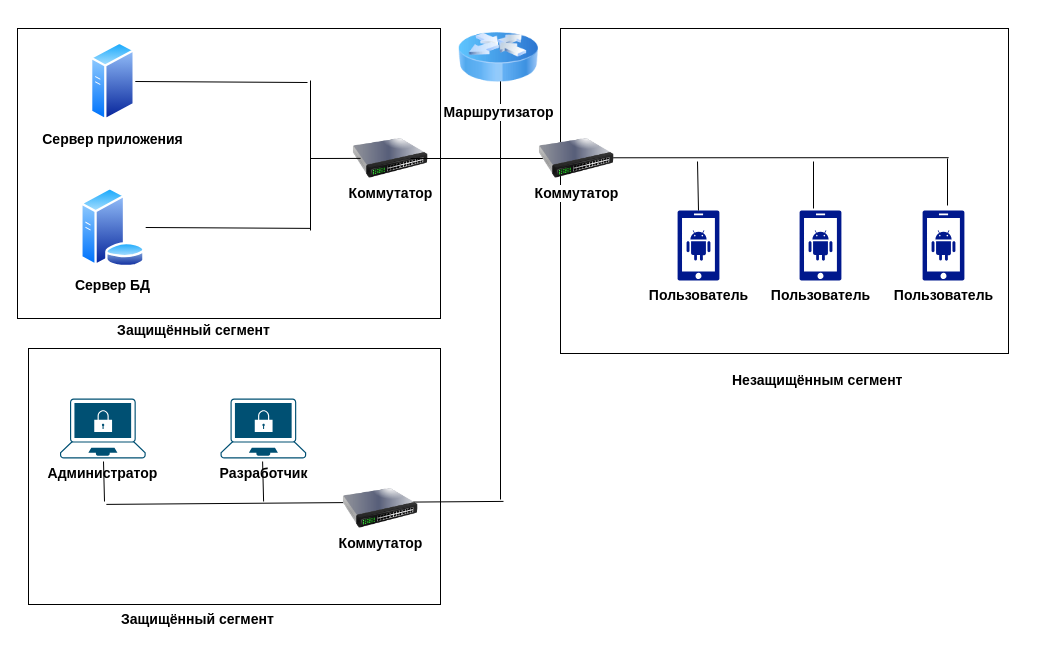
Above: Схема расположения компонентов ИС.drawio in oussamanech/Git01 (draw.io), before the change. Source tidied: cells renumbered, new cells numbered last; positions are measured from the earlier drawing's top-left corner, leaving out a move shared by most shapes. Both pictures are drawn from the tidied source at 100%, with x=0, y=0 at pixel (17, 17).
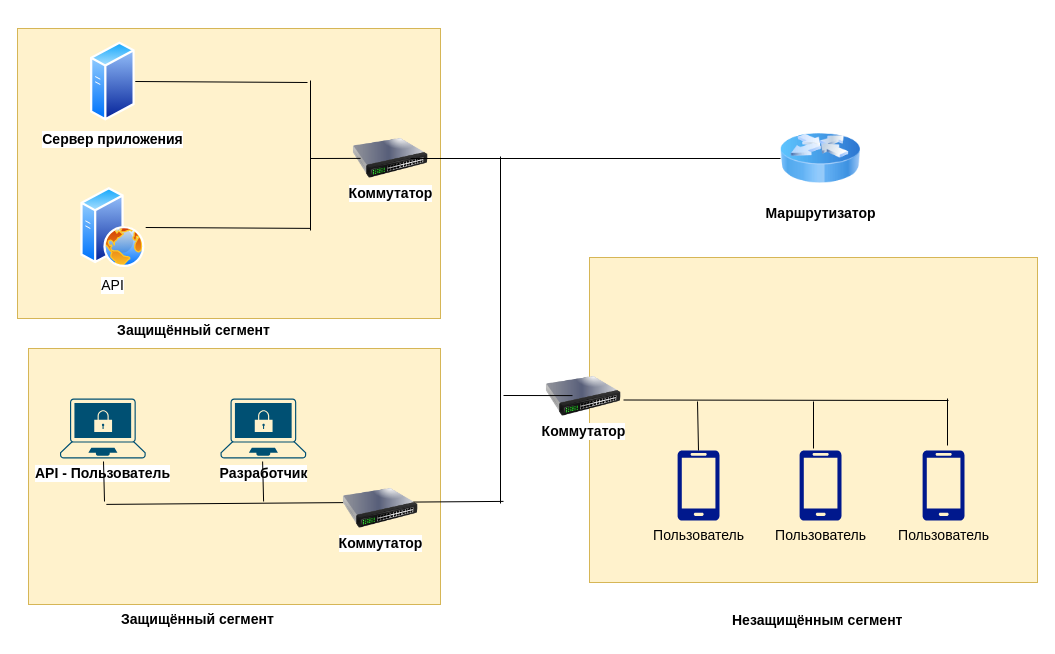
The same page after the edit.

The change refers to these unchanged cells:
```xml
<mxCell id="6" value="Коммутатор" style="image;html=1;image=img/lib/clip_art/networking/Switch_128x128.png;fillColor=#B2C9AB;strokeColor=#788AA3;fontColor=#000000;fontSize=14;labelBackgroundColor=default;fontStyle=1;" parent="1" vertex="1">
  <mxGeometry x="333" y="121" width="80" height="40" as="geometry" />
</mxCell>
```

Change to the diagram source:
```diff
@@
-    <mxCell id="2" style="rounded=0;whiteSpace=wrap;html=1;sketch=0;fontSize=14;labelBackgroundColor=default;fontStyle=1;" parent="1" vertex="1">
-      <mxGeometry x="543" y="11" width="448" height="325" as="geometry" />
+    <mxCell id="2" style="rounded=0;whiteSpace=wrap;html=1;sketch=0;fontSize=14;labelBackgroundColor=default;fontStyle=1;fillColor=#fff2cc;strokeColor=#d6b656;" parent="1" vertex="1">
+      <mxGeometry x="572" y="240" width="448" height="325" as="geometry" />
     </mxCell>
-    <mxCell id="3" style="rounded=0;whiteSpace=wrap;html=1;sketch=0;fontSize=14;labelBackgroundColor=default;fontStyle=1;" parent="1" vertex="1">
+    <mxCell id="3" style="rounded=0;whiteSpace=wrap;html=1;sketch=0;fontSize=14;labelBackgroundColor=default;fontStyle=1;fillColor=#fff2cc;strokeColor=#d6b656;" parent="1" vertex="1">
       <mxGeometry y="11" width="423" height="290" as="geometry" />
     </mxCell>
@@
-    <mxCell id="5" value="Сервер БД" style="perimeter=ellipsePerimeter;html=1;align=center;shadow=0;dashed=0;spacingTop=3;image;image=img/lib/active_directory/database_server.svg;fillColor=#B2C9AB;strokeColor=#788AA3;fontColor=#000000;fontSize=14;labelBackgroundColor=default;fontStyle=1;" parent="1" vertex="1">
+    <mxCell id="5" value="API" style="perimeter=ellipsePerimeter;html=1;align=center;shadow=0;dashed=0;spacingTop=3;image;image=img/lib/active_directory/web_server.svg;fontFamily=Helvetica;fontSize=14;fontColor=#000000;strokeColor=#788AA3;fillColor=#B2C9AB;" parent="1" vertex="1">
       <mxGeometry x="62.6" y="170" width="65.6" height="80" as="geometry" />
     </mxCell>
@@
-    <mxCell id="7" value="&lt;span style=&quot;font-size: 14px;&quot;&gt;&lt;font style=&quot;font-size: 14px;&quot;&gt;Пользователь&lt;/font&gt;&lt;/span&gt;" style="sketch=0;shadow=0;dashed=0;html=1;strokeColor=none;labelPosition=center;verticalLabelPosition=bottom;verticalAlign=top;align=center;fillColor=#00188D;shape=mxgraph.mscae.enterprise.android_phone;rounded=0;fontColor=#000000;fontSize=14;labelBackgroundColor=default;fontStyle=1;" parent="1" vertex="1">
-      <mxGeometry x="660" y="193" width="42" height="70" as="geometry" />
+    <mxCell id="7" value="&lt;span style=&quot;font-size: 14px;&quot;&gt;&lt;font style=&quot;font-size: 14px;&quot;&gt;Пользователь&lt;/font&gt;&lt;/span&gt;" style="verticalLabelPosition=bottom;html=1;verticalAlign=top;align=center;strokeColor=none;fillColor=#00188D;shape=mxgraph.azure.mobile;shadow=0;dashed=0;fontFamily=Helvetica;fontSize=14;fontColor=#000000;strokeWidth=1;gradientColor=none;sketch=0;" parent="1" vertex="1">
+      <mxGeometry x="660" y="433" width="42" height="70" as="geometry" />
     </mxCell>
-    <mxCell id="8" value="&lt;span style=&quot;font-size: 14px;&quot;&gt;&lt;font style=&quot;font-size: 14px;&quot;&gt;Пользователь&lt;/font&gt;&lt;/span&gt;" style="sketch=0;shadow=0;dashed=0;html=1;strokeColor=none;labelPosition=center;verticalLabelPosition=bottom;verticalAlign=top;align=center;fillColor=#00188D;shape=mxgraph.mscae.enterprise.android_phone;rounded=0;fontColor=#000000;fontSize=14;labelBackgroundColor=default;fontStyle=1;" parent="1" vertex="1">
-      <mxGeometry x="782" y="193" width="42" height="70" as="geometry" />
+    <mxCell id="8" value="&lt;span style=&quot;font-size: 14px;&quot;&gt;&lt;font style=&quot;font-size: 14px;&quot;&gt;Пользователь&lt;/font&gt;&lt;/span&gt;" style="verticalLabelPosition=bottom;html=1;verticalAlign=top;align=center;strokeColor=none;fillColor=#00188D;shape=mxgraph.azure.mobile;shadow=0;dashed=0;fontFamily=Helvetica;fontSize=14;fontColor=#000000;strokeWidth=2;sketch=0;" parent="1" vertex="1">
+      <mxGeometry x="782" y="433" width="42" height="70" as="geometry" />
     </mxCell>
-    <mxCell id="9" value="Пользователь" style="sketch=0;shadow=0;dashed=0;html=1;strokeColor=none;labelPosition=center;verticalLabelPosition=bottom;verticalAlign=top;align=center;fillColor=#00188D;shape=mxgraph.mscae.enterprise.android_phone;rounded=0;fontColor=#000000;fontSize=14;labelBackgroundColor=default;fontStyle=1;" parent="1" vertex="1">
-      <mxGeometry x="905" y="193" width="42" height="70" as="geometry" />
+    <mxCell id="9" value="Пользователь" style="verticalLabelPosition=bottom;html=1;verticalAlign=top;align=center;strokeColor=none;fillColor=#00188D;shape=mxgraph.azure.mobile;shadow=0;dashed=0;fontFamily=Helvetica;fontSize=14;fontColor=#000000;strokeWidth=2;sketch=0;" parent="1" vertex="1">
+      <mxGeometry x="905" y="433" width="42" height="70" as="geometry" />
     </mxCell>
-    <mxCell id="10" style="rounded=0;whiteSpace=wrap;html=1;sketch=0;fontSize=14;labelBackgroundColor=default;fontStyle=1;" parent="1" vertex="1">
+    <mxCell id="10" style="rounded=0;whiteSpace=wrap;html=1;sketch=0;fontSize=14;labelBackgroundColor=default;fontStyle=1;fillColor=#fff2cc;strokeColor=#d6b656;" parent="1" vertex="1">
       <mxGeometry x="11" y="331" width="412" height="256" as="geometry" />
     </mxCell>
@@
-    <mxCell id="16" style="endArrow=none;html=1;rounded=1;sketch=0;fontColor=#000000;strokeColor=#000000;fillColor=#B2C9AB;exitX=0.75;exitY=0.5;exitDx=0;exitDy=0;exitPerimeter=0;strokeWidth=1;fontSize=14;labelBackgroundColor=default;fontStyle=1;" parent="1" edge="1" source="6">
-      <mxGeometry relative="1" as="geometry">
-        <mxPoint x="563" y="141" as="targetPoint" />
-      </mxGeometry>
+    <mxCell id="16" style="endArrow=none;html=1;rounded=1;sketch=0;fontColor=#000000;strokeColor=#000000;fillColor=#B2C9AB;exitX=0.75;exitY=0.5;exitDx=0;exitDy=0;exitPerimeter=0;strokeWidth=1;fontSize=14;labelBackgroundColor=default;fontStyle=1;entryX=0;entryY=0.5;entryDx=0;entryDy=0;" parent="1" edge="1" source="6" target="28">
+      <mxGeometry relative="1" as="geometry" />
     </mxCell>
-    <mxCell id="17" style="endArrow=none;html=1;rounded=1;sketch=0;fontColor=#000000;strokeColor=#000000;fillColor=#B2C9AB;strokeWidth=1;fontSize=14;labelBackgroundColor=default;fontStyle=1;" parent="1" edge="1">
-      <mxGeometry relative="1" as="geometry">
-        <mxPoint x="483" y="482" as="sourcePoint" />
-        <mxPoint x="483" y="31" as="targetPoint" />
-      </mxGeometry>
-    </mxCell>
@@
-    <mxCell id="20" value="Администратор" style="verticalLabelPosition=bottom;sketch=0;html=1;verticalAlign=top;align=center;shape=mxgraph.cisco19.secure_endpoints;fillColor=#005073;strokeColor=none;rounded=0;fontColor=#000000;fontSize=14;labelBackgroundColor=default;fontStyle=1;" parent="1" vertex="1">
+    <mxCell id="20" value="API - Пользователь" style="verticalLabelPosition=bottom;sketch=0;html=1;verticalAlign=top;align=center;shape=mxgraph.cisco19.secure_endpoints;fillColor=#005073;strokeColor=none;rounded=0;fontColor=#000000;fontSize=14;labelBackgroundColor=default;fontStyle=1;" parent="1" vertex="1">
       <mxGeometry x="42.5" y="381" width="85.7" height="60" as="geometry" />
     </mxCell>
@@
-    <mxCell id="23" style="endArrow=none;html=1;rounded=1;sketch=0;fontColor=#000000;strokeColor=#000000;fillColor=#B2C9AB;entryX=0.581;entryY=0.172;entryDx=0;entryDy=0;entryPerimeter=0;exitX=0.177;exitY=0.805;exitDx=0;exitDy=0;exitPerimeter=0;strokeWidth=1;fontSize=14;labelBackgroundColor=default;fontStyle=1;" parent="1" edge="1">
+    <mxCell id="23" style="endArrow=none;html=1;rounded=1;sketch=0;fontColor=#000000;strokeColor=#000000;fillColor=#B2C9AB;strokeWidth=1;fontSize=14;labelBackgroundColor=default;fontStyle=1;" parent="1" edge="1">
       <mxGeometry relative="1" as="geometry">
-        <mxPoint x="532" y="140.3" as="sourcePoint" />
-        <mxPoint x="931.2" y="140.2" as="targetPoint" />
+        <mxPoint x="606" y="382.5" as="sourcePoint" />
+        <mxPoint x="931" y="383" as="targetPoint" />
       </mxGeometry>
     </mxCell>
     <mxCell id="24" value="Коммутатор" style="image;html=1;image=img/lib/clip_art/networking/Switch_128x128.png;fillColor=#B2C9AB;strokeColor=#788AA3;fontColor=#000000;fontSize=14;labelBackgroundColor=default;fontStyle=1;" parent="1" vertex="1">
-      <mxGeometry x="519" y="121" width="80" height="40" as="geometry" />
+      <mxGeometry x="526" y="359" width="80" height="40" as="geometry" />
     </mxCell>
     <mxCell id="25" style="endArrow=none;html=1;rounded=1;sketch=0;fontColor=#000000;strokeColor=#000000;fillColor=#B2C9AB;strokeWidth=1;exitX=0.5;exitY=0;exitDx=0;exitDy=0;exitPerimeter=0;fontSize=14;labelBackgroundColor=default;fontStyle=1;" parent="1" edge="1" source="7">
       <mxGeometry relative="1" as="geometry">
-        <mxPoint x="680" y="144" as="targetPoint" />
+        <mxPoint x="680" y="384" as="targetPoint" />
       </mxGeometry>
     </mxCell>
     <mxCell id="26" style="endArrow=none;html=1;rounded=1;sketch=0;fontColor=#000000;strokeColor=#000000;fillColor=#B2C9AB;strokeWidth=1;exitX=0.5;exitY=0;exitDx=0;exitDy=0;exitPerimeter=0;fontSize=14;labelBackgroundColor=default;fontStyle=1;" parent="1" edge="1">
       <mxGeometry relative="1" as="geometry">
-        <mxPoint x="796" y="191" as="sourcePoint" />
-        <mxPoint x="796" y="144" as="targetPoint" />
+        <mxPoint x="796" y="431" as="sourcePoint" />
+        <mxPoint x="796" y="384" as="targetPoint" />
       </mxGeometry>
     </mxCell>
     <mxCell id="27" style="endArrow=none;html=1;rounded=1;sketch=0;fontColor=#000000;strokeColor=#000000;fillColor=#B2C9AB;strokeWidth=1;exitX=0.5;exitY=0;exitDx=0;exitDy=0;exitPerimeter=0;fontSize=14;labelBackgroundColor=default;fontStyle=1;" parent="1" edge="1">
       <mxGeometry relative="1" as="geometry">
-        <mxPoint x="930" y="188" as="sourcePoint" />
-        <mxPoint x="930" y="141" as="targetPoint" />
+        <mxPoint x="930" y="428" as="sourcePoint" />
+        <mxPoint x="930" y="381" as="targetPoint" />
       </mxGeometry>
     </mxCell>
-    <mxCell id="28" value="&lt;span style=&quot;font-size: 14px;&quot;&gt;&lt;font style=&quot;font-size: 14px;&quot;&gt;Маршрутизатор&lt;/font&gt;&lt;/span&gt;" style="image;html=1;image=img/lib/clip_art/networking/Router_Icon_128x128.png;fillColor=#B2C9AB;strokeColor=#788AA3;fontColor=#000000;fontSize=14;labelBackgroundColor=default;fontStyle=1;" parent="1" vertex="1">
-      <mxGeometry x="441" width="80" height="80" as="geometry" />
-    </mxCell>
@@
     <mxCell id="31" value="Незащищённым сегмент" style="text;whiteSpace=wrap;html=1;fontSize=14;fontColor=#000000;labelBackgroundColor=default;fontStyle=1;" parent="1" vertex="1">
-      <mxGeometry x="712.5" y="348" width="181" height="31" as="geometry" />
+      <mxGeometry x="712.5" y="588" width="181" height="31" as="geometry" />
     </mxCell>
+    <mxCell id="28" value="&lt;span style=&quot;font-size: 14px;&quot;&gt;&lt;font style=&quot;font-size: 14px;&quot;&gt;Маршрутизатор&lt;/font&gt;&lt;/span&gt;" style="image;html=1;image=img/lib/clip_art/networking/Router_Icon_128x128.png;fillColor=#B2C9AB;strokeColor=#788AA3;fontColor=#000000;fontSize=14;labelBackgroundColor=default;fontStyle=1;" parent="1" vertex="1">
+      <mxGeometry x="763" y="101" width="80" height="80" as="geometry" />
+    </mxCell>
+    <mxCell id="32" style="endArrow=none;html=1;rounded=1;sketch=0;fontColor=#000000;strokeColor=#000000;fillColor=#B2C9AB;strokeWidth=1;fontSize=14;labelBackgroundColor=default;fontStyle=1;" parent="1" edge="1">
+      <mxGeometry relative="1" as="geometry">
+        <mxPoint x="483" y="486" as="sourcePoint" />
+        <mxPoint x="483" y="139" as="targetPoint" />
+      </mxGeometry>
+    </mxCell>
+    <mxCell id="33" style="endArrow=none;html=1;rounded=1;sketch=0;fontColor=#000000;strokeColor=#000000;fillColor=#B2C9AB;strokeWidth=1;fontSize=14;labelBackgroundColor=default;fontStyle=1;" parent="1" edge="1">
+      <mxGeometry relative="1" as="geometry">
+        <mxPoint x="486" y="378" as="sourcePoint" />
+        <mxPoint x="555" y="378.1" as="targetPoint" />
+      </mxGeometry>
+    </mxCell>
```
